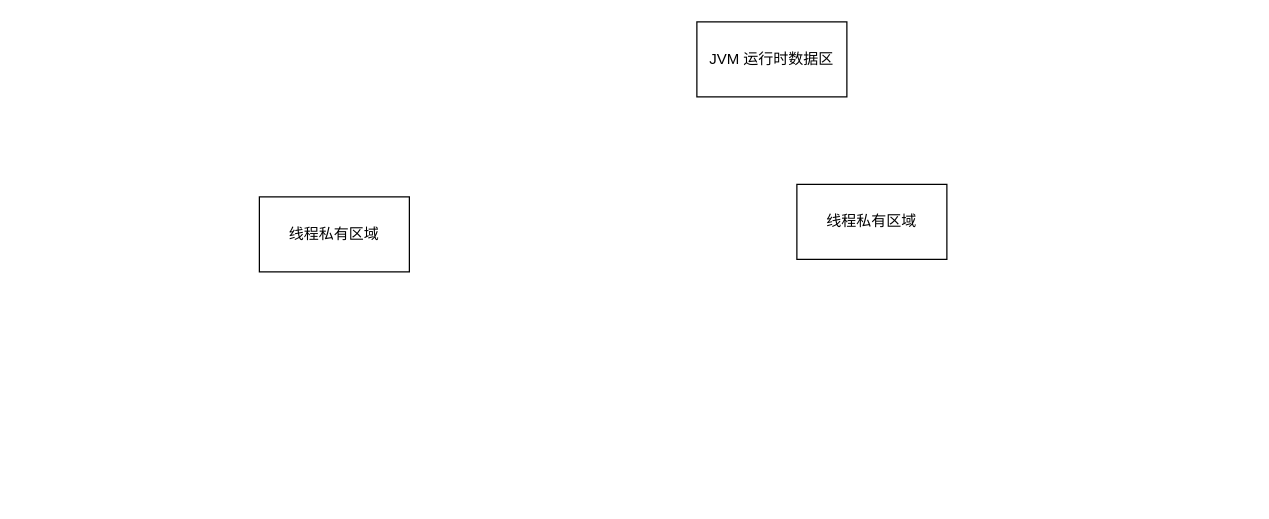
Before: 1-java/4-jvm/从内存模型到 OOM 排查.drawio in vic868/Deliberate, a draw.io diagram. Source tidied: cells renumbered, new cells numbered last; positions are measured from the earlier drawing's top-left corner, leaving out a move shared by most shapes. Both pictures are drawn from the tidied source at 125%, with x=0, y=0 at pixel (259, 21).
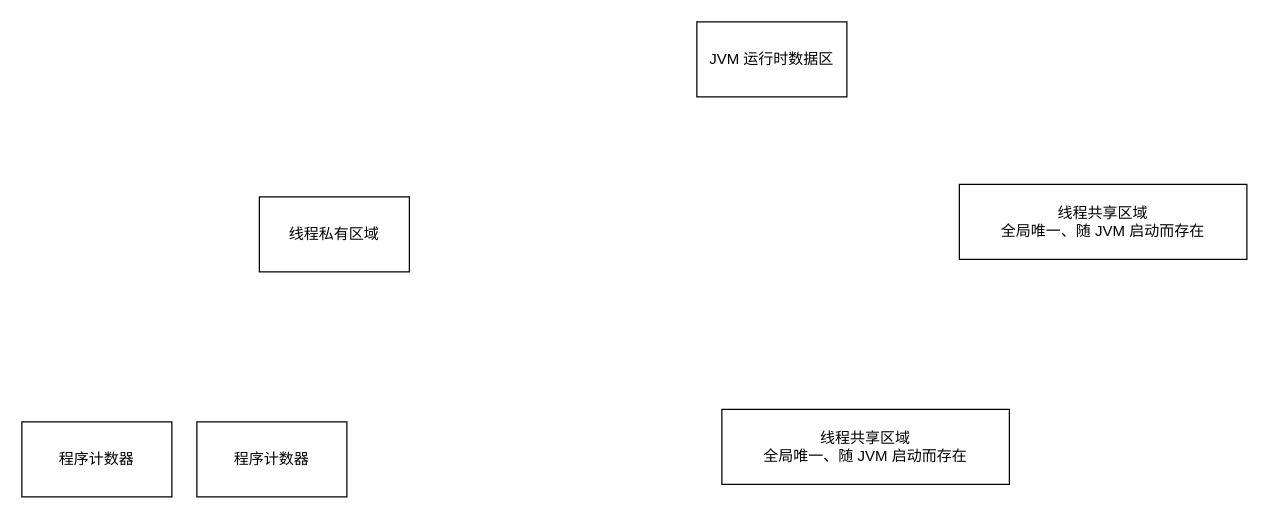
The same page after the edit.

Commit message:
vault backup: 2026-10-23 03:58:32

What changed in the source:
```diff
@@
 <mxGraphModel>
   <root>
     <mxCell id="0" />
     <mxCell id="1" parent="0" />
     <mxCell id="2" value="JVM 运行时数据区" style="rounded=0;whiteSpace=wrap;html=1;" parent="1" vertex="1">
       <mxGeometry x="350" width="120" height="60" as="geometry" />
     </mxCell>
     <mxCell id="3" value="线程私有区域" style="rounded=0;whiteSpace=wrap;html=1;" parent="1" vertex="1">
       <mxGeometry y="140" width="120" height="60" as="geometry" />
     </mxCell>
-    <mxCell id="4" value="线程私有区域" style="rounded=0;whiteSpace=wrap;html=1;" parent="1" vertex="1">
-      <mxGeometry x="430" y="130" width="120" height="60" as="geometry" />
+    <mxCell id="4" value="线程共享区域&lt;div&gt;全局唯一、随 JVM 启动而存在&lt;/div&gt;" style="rounded=0;whiteSpace=wrap;html=1;" parent="1" vertex="1">
+      <mxGeometry x="560" y="130" width="230" height="60" as="geometry" />
     </mxCell>
+    <mxCell id="5" value="线程共享区域&lt;div&gt;全局唯一、随 JVM 启动而存在&lt;/div&gt;" style="rounded=0;whiteSpace=wrap;html=1;" parent="1" vertex="1">
+      <mxGeometry x="370" y="310" width="230" height="60" as="geometry" />
+    </mxCell>
+    <mxCell id="6" value="程序计数器" style="rounded=0;whiteSpace=wrap;html=1;" parent="1" vertex="1">
+      <mxGeometry x="-190" y="320" width="120" height="60" as="geometry" />
+    </mxCell>
+    <mxCell id="7" value="程序计数器" style="rounded=0;whiteSpace=wrap;html=1;" parent="1" vertex="1">
+      <mxGeometry x="-50" y="320" width="120" height="60" as="geometry" />
+    </mxCell>
   </root>
 </mxGraphModel>
```
